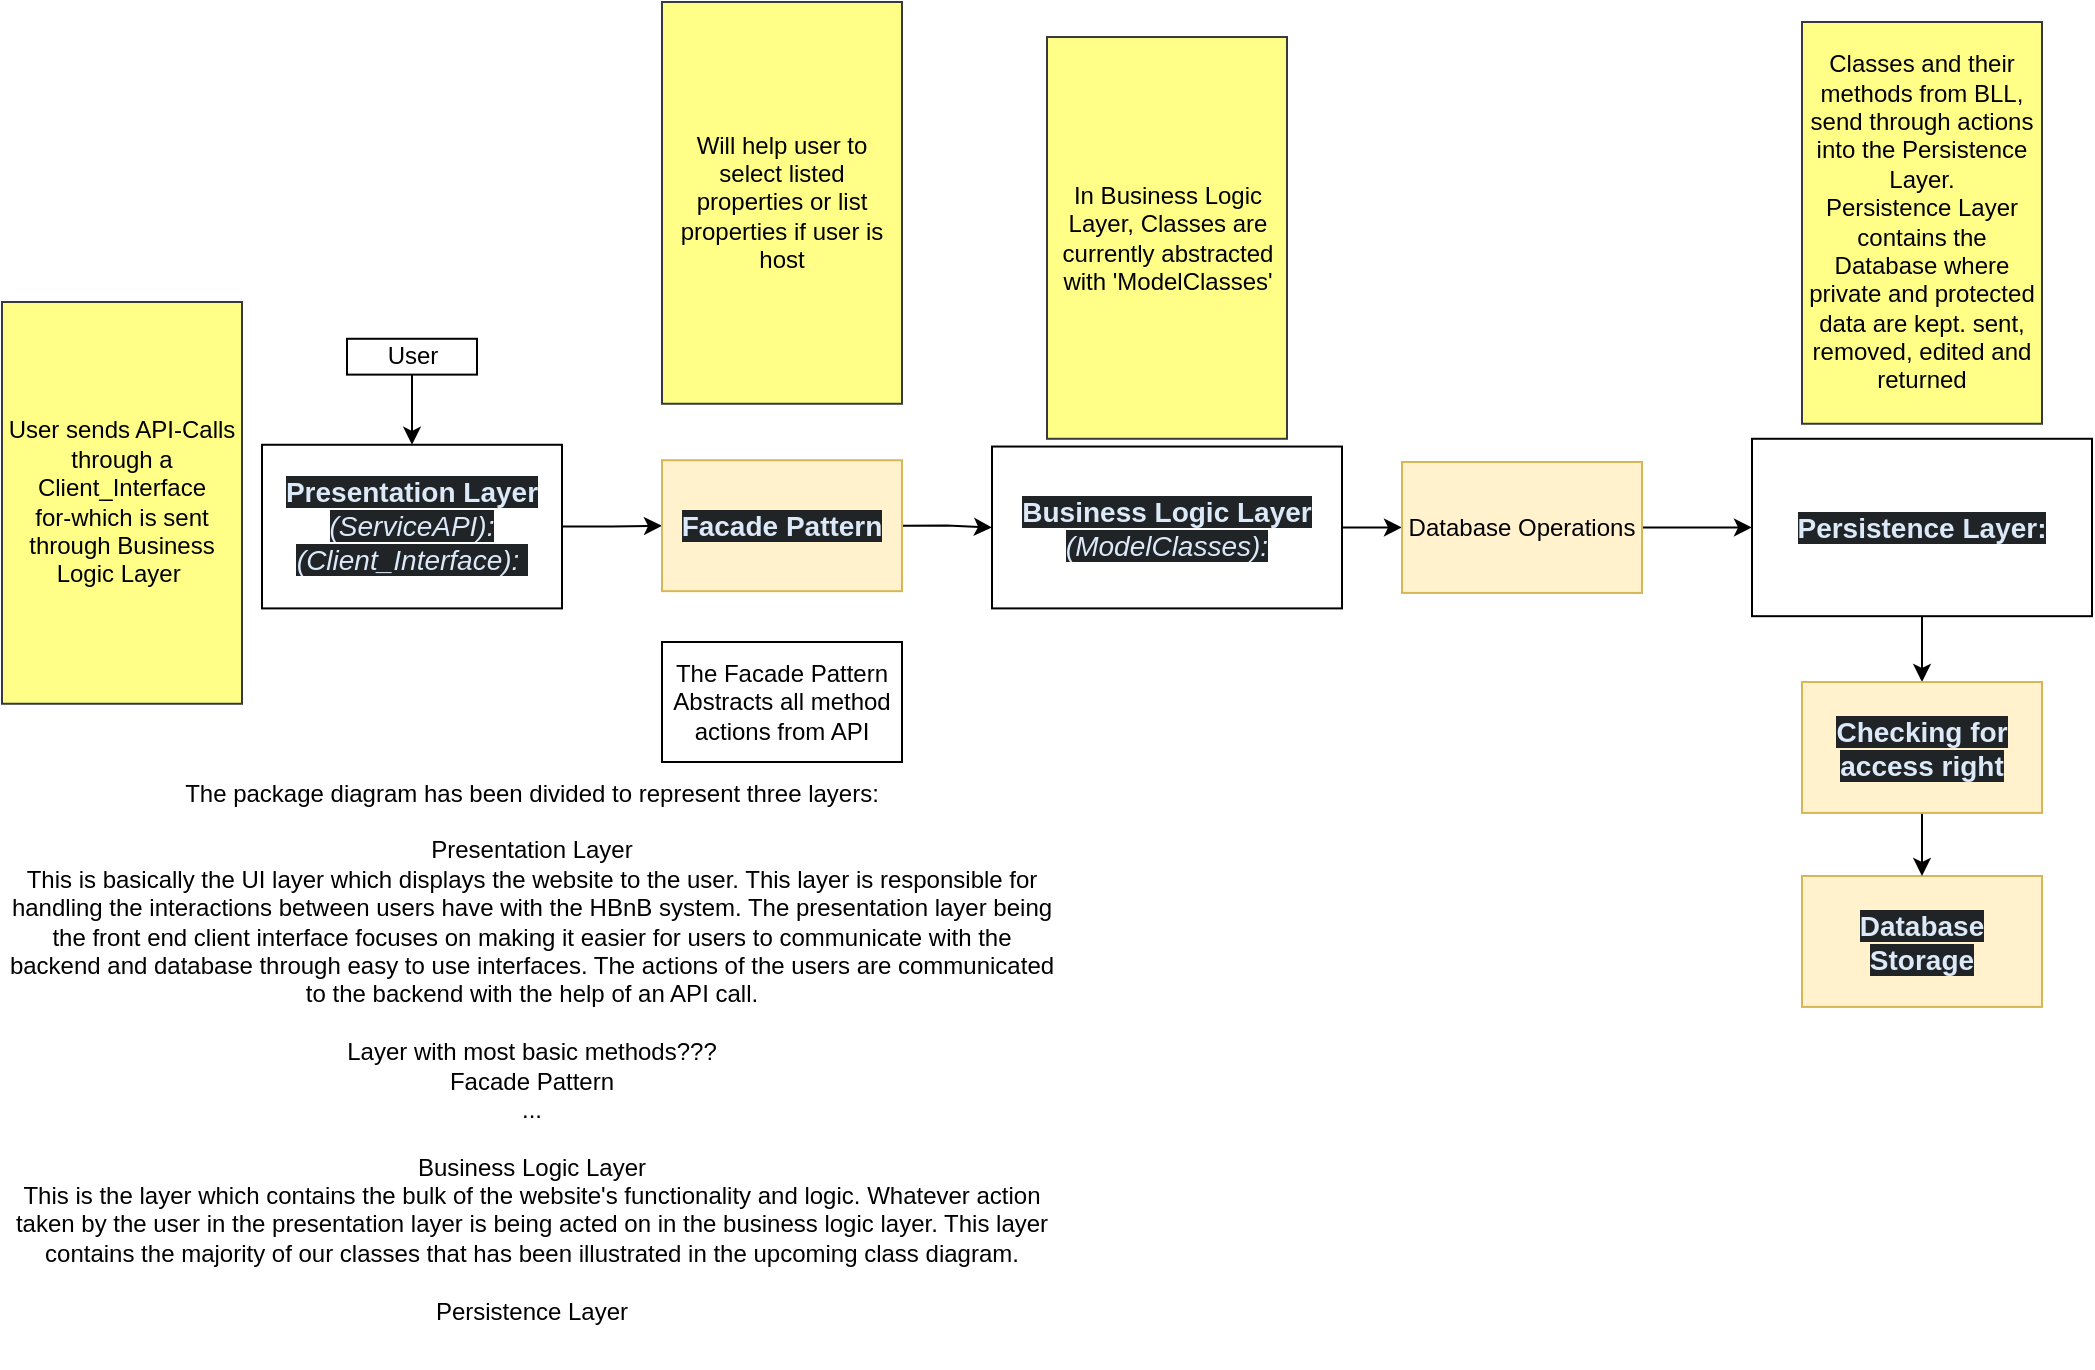
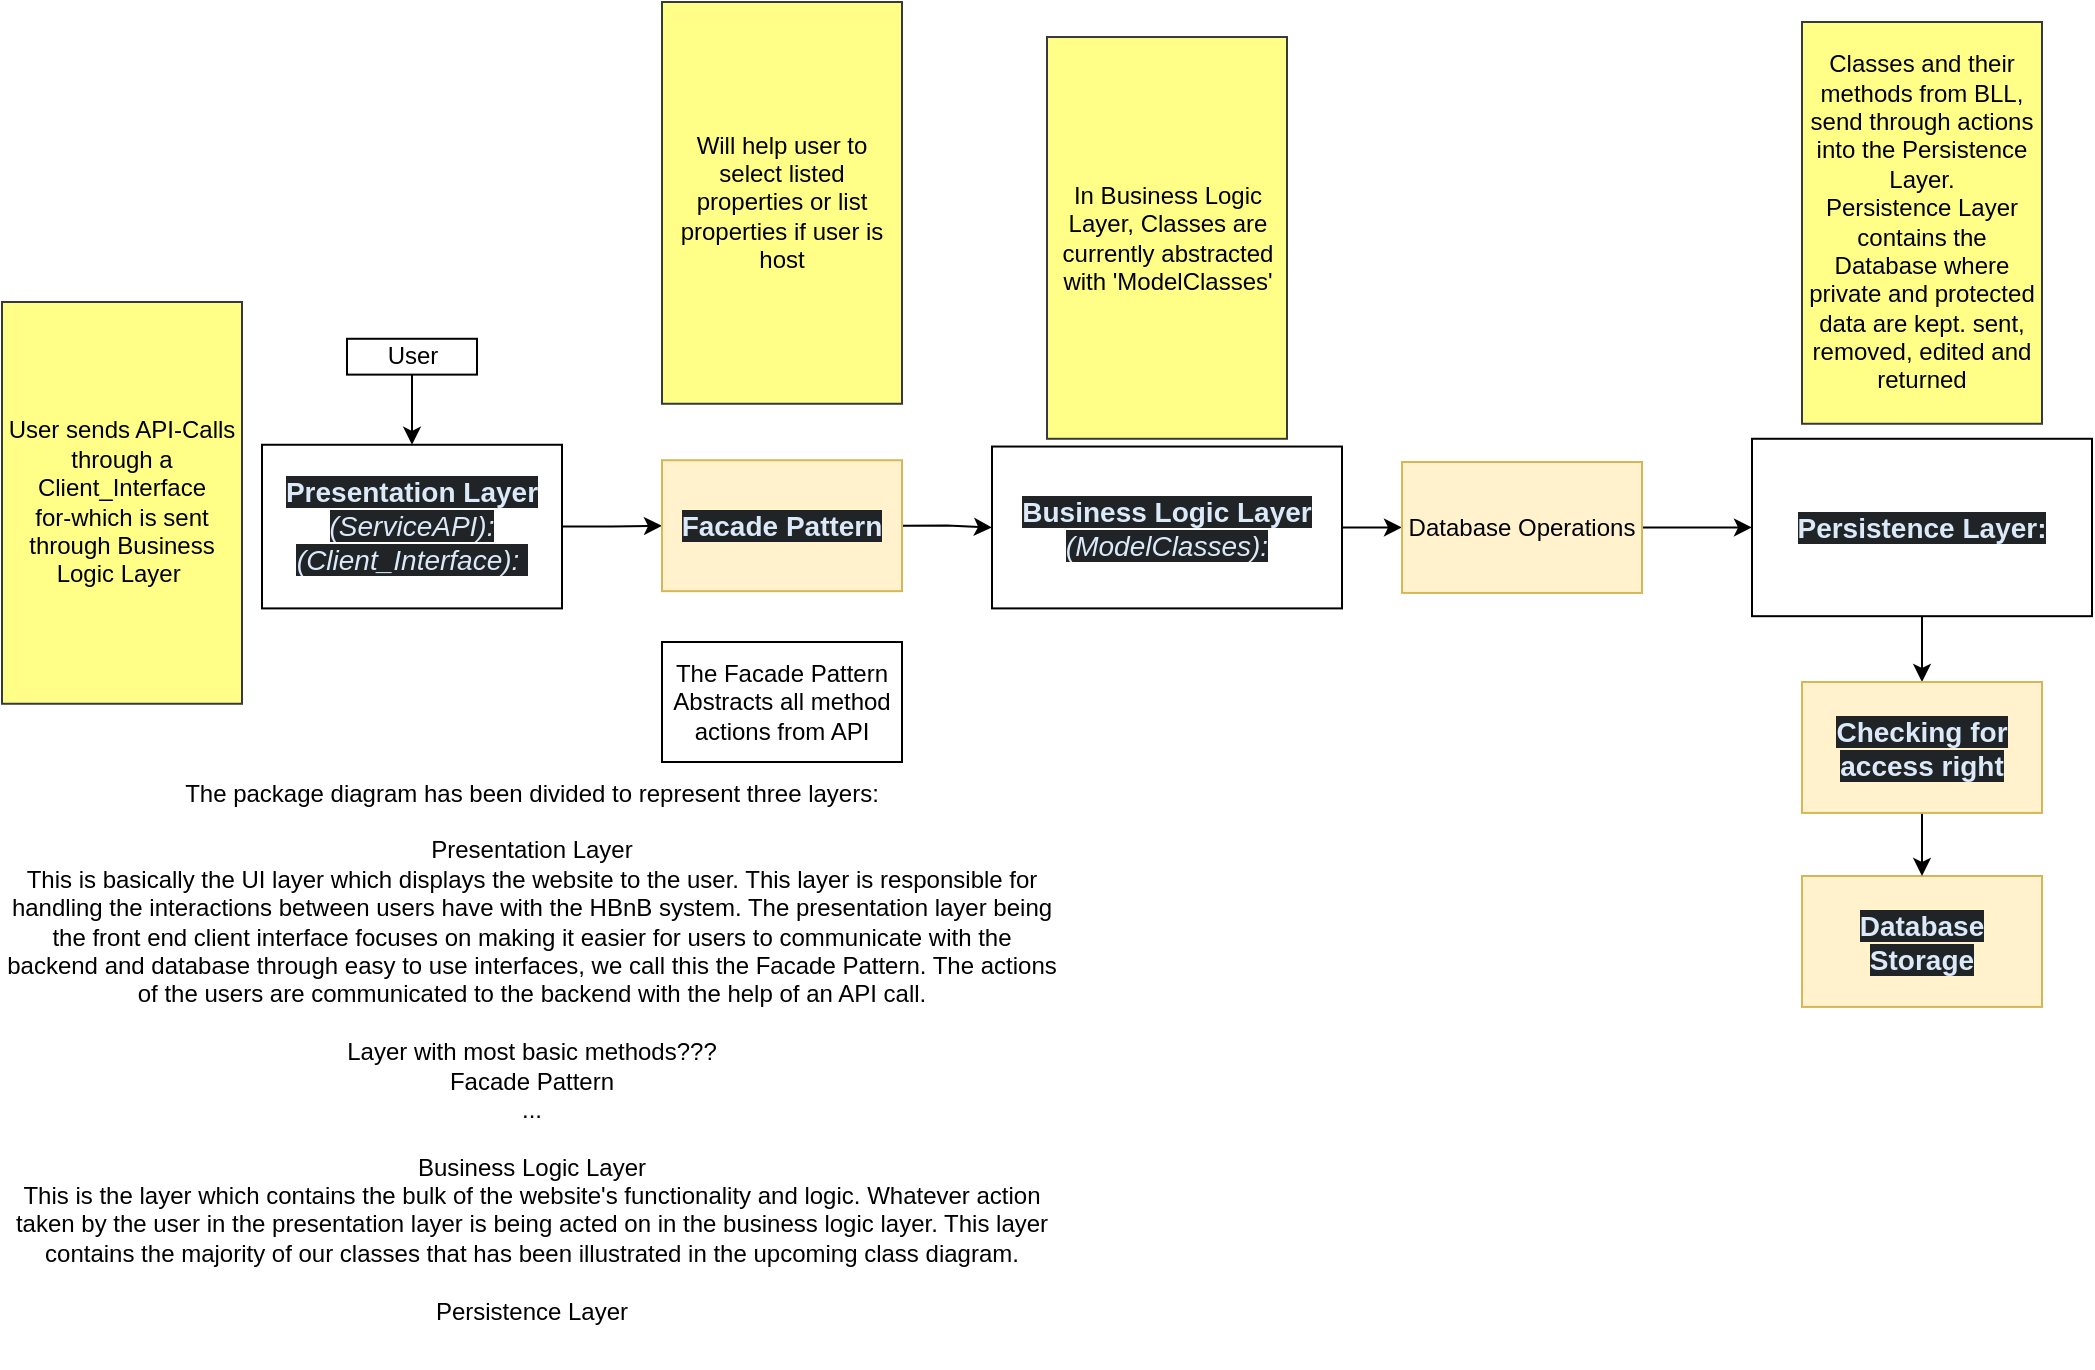
<mxfile host="app.diagrams.net">
  <diagram name="Page-1" id="2KrW7VEhyqmw7Nx4Ttr-">
-     <mxGraphModel dx="574" dy="692" grid="1" gridSize="10" guides="1" tooltips="1" connect="1" arrows="1" fold="1" page="1" pageScale="1" pageWidth="850" pageHeight="1100" math="0" shadow="0">
+     <mxGraphModel dx="1117" dy="626" grid="1" gridSize="10" guides="1" tooltips="1" connect="1" arrows="1" fold="1" page="1" pageScale="1" pageWidth="850" pageHeight="1100" math="0" shadow="0">
      <root>
        <mxCell id="0" />
        <mxCell id="1" parent="0" />
        <mxCell id="vZHe2jEZJALmbnLdjFB--106" edge="1" parent="1" source="vZHe2jEZJALmbnLdjFB--105" style="edgeStyle=orthogonalEdgeStyle;rounded=0;orthogonalLoop=1;jettySize=auto;html=1;entryX=0.5;entryY=0;entryDx=0;entryDy=0;exitX=0.5;exitY=1;exitDx=0;exitDy=0;" target="vZHe2jEZJALmbnLdjFB--6" value="">
          <mxGeometry relative="1" as="geometry">
            <mxPoint x="360" y="250" as="sourcePoint" />
          </mxGeometry>
        </mxCell>
        <mxCell id="vZHe2jEZJALmbnLdjFB--6" parent="1" style="rounded=0;whiteSpace=wrap;html=1;" value="&lt;strong style=&quot;box-sizing: border-box; font-weight: bold; scrollbar-color: rgb(95, 99, 104) rgb(49, 54, 60); color: rgb(220, 233, 249); font-family: aktiv-grotesk, sans-serif; font-size: 14px; text-align: start; background-color: rgb(32, 36, 38);&quot;&gt;Presentation Layer &lt;/strong&gt;&lt;span style=&quot;box-sizing: border-box; scrollbar-color: rgb(95, 99, 104) rgb(49, 54, 60); color: rgb(220, 233, 249); font-family: aktiv-grotesk, sans-serif; font-size: 14px; text-align: start; background-color: rgb(32, 36, 38);&quot;&gt;&lt;i&gt;(ServiceAPI):&lt;/i&gt;&lt;/span&gt;&lt;div&gt;&lt;span style=&quot;color: rgb(220, 233, 249); font-family: aktiv-grotesk, sans-serif; font-size: 14px; text-align: start; background-color: rgb(32, 36, 38);&quot;&gt;&lt;i&gt;(Client_Interface):&amp;nbsp;&lt;/i&gt;&lt;/span&gt;&lt;/div&gt;" vertex="1">
          <mxGeometry height="81.82" width="150" x="400" y="301.38" as="geometry" />
        </mxCell>
        <mxCell id="vZHe2jEZJALmbnLdjFB--8" edge="1" parent="1" source="vZHe2jEZJALmbnLdjFB--10" style="edgeStyle=orthogonalEdgeStyle;rounded=0;orthogonalLoop=1;jettySize=auto;html=1;exitX=1;exitY=0.5;exitDx=0;exitDy=0;entryX=0;entryY=0.5;entryDx=0;entryDy=0;" target="vZHe2jEZJALmbnLdjFB--39">
          <mxGeometry relative="1" as="geometry" />
        </mxCell>
        <mxCell id="vZHe2jEZJALmbnLdjFB--10" parent="1" style="rounded=0;whiteSpace=wrap;html=1;" value="&lt;span style=&quot;box-sizing: border-box; scrollbar-color: rgb(95, 99, 104) rgb(49, 54, 60); color: rgb(220, 233, 249); font-family: aktiv-grotesk, sans-serif; font-size: 14px; text-align: start; background-color: rgb(32, 36, 38);&quot;&gt;&lt;b&gt;Business Logic Layer &lt;/b&gt;&lt;i style=&quot;&quot;&gt;(ModelClasses):&lt;/i&gt;&lt;/span&gt;" vertex="1">
          <mxGeometry height="80.93" width="175" x="765" y="302.27" as="geometry" />
        </mxCell>
        <mxCell id="vZHe2jEZJALmbnLdjFB--11" edge="1" parent="1" source="vZHe2jEZJALmbnLdjFB--12" style="edgeStyle=orthogonalEdgeStyle;rounded=0;orthogonalLoop=1;jettySize=auto;html=1;exitX=0.5;exitY=1;exitDx=0;exitDy=0;entryX=0.5;entryY=0;entryDx=0;entryDy=0;" target="vZHe2jEZJALmbnLdjFB--102">
          <mxGeometry relative="1" as="geometry" />
        </mxCell>
        <mxCell id="vZHe2jEZJALmbnLdjFB--12" parent="1" style="rounded=0;whiteSpace=wrap;html=1;" value="&lt;strong style=&quot;box-sizing: border-box; font-weight: bold; scrollbar-color: rgb(95, 99, 104) rgb(49, 54, 60); color: rgb(220, 233, 249); font-family: aktiv-grotesk, sans-serif; font-size: 14px; text-align: start; background-color: rgb(32, 36, 38);&quot;&gt;Persistence Layer:&lt;/strong&gt;" vertex="1">
          <mxGeometry height="88.7" width="170" x="1145" y="298.39" as="geometry" />
        </mxCell>
        <mxCell id="vZHe2jEZJALmbnLdjFB--29" parent="1" style="rounded=0;whiteSpace=wrap;html=1;align=center;fillColor=#fff2cc;strokeColor=#d6b656;" value="&lt;div style=&quot;&quot;&gt;&lt;font color=&quot;#dce9f9&quot; face=&quot;aktiv-grotesk, sans-serif&quot;&gt;&lt;span style=&quot;font-size: 14px; background-color: rgb(32, 36, 38);&quot;&gt;&lt;b&gt;Database&lt;br&gt;Storage&lt;/b&gt;&lt;/span&gt;&lt;/font&gt;&lt;/div&gt;" vertex="1">
          <mxGeometry height="65.46" width="120" x="1170" y="517" as="geometry" />
        </mxCell>
        <mxCell id="vZHe2jEZJALmbnLdjFB--35" edge="1" parent="1" source="vZHe2jEZJALmbnLdjFB--37" style="edgeStyle=orthogonalEdgeStyle;rounded=0;orthogonalLoop=1;jettySize=auto;html=1;exitX=1;exitY=0.5;exitDx=0;exitDy=0;" target="vZHe2jEZJALmbnLdjFB--10">
          <mxGeometry relative="1" as="geometry">
            <mxPoint x="750" y="339.5700000000001" as="sourcePoint" />
          </mxGeometry>
        </mxCell>
        <mxCell id="vZHe2jEZJALmbnLdjFB--36" edge="1" parent="1" source="vZHe2jEZJALmbnLdjFB--6" style="edgeStyle=orthogonalEdgeStyle;rounded=0;orthogonalLoop=1;jettySize=auto;html=1;exitX=1;exitY=0.5;exitDx=0;exitDy=0;entryX=0;entryY=0.5;entryDx=0;entryDy=0;" target="vZHe2jEZJALmbnLdjFB--37">
          <mxGeometry relative="1" as="geometry">
            <mxPoint x="575" y="430" as="targetPoint" />
          </mxGeometry>
        </mxCell>
        <mxCell id="vZHe2jEZJALmbnLdjFB--37" parent="1" style="rounded=0;whiteSpace=wrap;html=1;align=center;fillColor=#fff2cc;strokeColor=#d6b656;" value="&lt;div style=&quot;&quot;&gt;&lt;font color=&quot;#dce9f9&quot; face=&quot;aktiv-grotesk, sans-serif&quot;&gt;&lt;span style=&quot;font-size: 14px; background-color: rgb(32, 36, 38);&quot;&gt;&lt;b&gt;Facade Pattern&lt;/b&gt;&lt;/span&gt;&lt;/font&gt;&lt;/div&gt;" vertex="1">
          <mxGeometry height="65.46" width="120" x="600" y="309.11999999999995" as="geometry" />
        </mxCell>
        <mxCell id="vZHe2jEZJALmbnLdjFB--38" edge="1" parent="1" source="vZHe2jEZJALmbnLdjFB--39" style="edgeStyle=orthogonalEdgeStyle;rounded=0;orthogonalLoop=1;jettySize=auto;html=1;exitX=1;exitY=0.5;exitDx=0;exitDy=0;entryX=0;entryY=0.5;entryDx=0;entryDy=0;" target="vZHe2jEZJALmbnLdjFB--12">
          <mxGeometry relative="1" as="geometry" />
        </mxCell>
        <mxCell id="vZHe2jEZJALmbnLdjFB--39" parent="1" style="rounded=0;whiteSpace=wrap;html=1;align=center;fillColor=#fff2cc;strokeColor=#d6b656;" value="Database Operations" vertex="1">
          <mxGeometry height="65.46" width="120" x="970" y="310.01" as="geometry" />
        </mxCell>
        <mxCell id="vZHe2jEZJALmbnLdjFB--101" edge="1" parent="1" source="vZHe2jEZJALmbnLdjFB--102" style="edgeStyle=orthogonalEdgeStyle;rounded=0;orthogonalLoop=1;jettySize=auto;html=1;exitX=0.5;exitY=1;exitDx=0;exitDy=0;entryX=0.5;entryY=0;entryDx=0;entryDy=0;" target="vZHe2jEZJALmbnLdjFB--29">
          <mxGeometry relative="1" as="geometry">
            <mxPoint x="1460" y="530" as="targetPoint" />
          </mxGeometry>
        </mxCell>
        <mxCell id="vZHe2jEZJALmbnLdjFB--102" parent="1" style="rounded=0;whiteSpace=wrap;html=1;align=center;fillColor=#fff2cc;strokeColor=#d6b656;" value="&lt;div style=&quot;&quot;&gt;&lt;font color=&quot;#dce9f9&quot; face=&quot;aktiv-grotesk, sans-serif&quot;&gt;&lt;span style=&quot;font-size: 14px; background-color: rgb(32, 36, 38);&quot;&gt;&lt;b&gt;Checking for access right&lt;/b&gt;&lt;/span&gt;&lt;/font&gt;&lt;/div&gt;" vertex="1">
          <mxGeometry height="65.46" width="120" x="1170" y="420" as="geometry" />
        </mxCell>
        <mxCell id="vZHe2jEZJALmbnLdjFB--105" parent="1" style="whiteSpace=wrap;html=1;rounded=0;" value="User" vertex="1">
          <mxGeometry height="17.92" width="65" x="442.5" y="248.39" as="geometry" />
        </mxCell>
        <mxCell id="WIsYPLuYnzwIEppj4hiX-1" parent="1" style="rounded=0;whiteSpace=wrap;html=1;fillColor=light-dark(#FFFF88,#FFFF63);strokeColor=#36393d;fontColor=light-dark(#000000,#000000);" value="User sends API-Calls through a Client_Interface&lt;br&gt;for-which is sent through Business Logic Layer&amp;nbsp;" vertex="1">
          <mxGeometry height="200.88" width="120" x="270" y="230" as="geometry" />
        </mxCell>
        <mxCell id="WIsYPLuYnzwIEppj4hiX-2" parent="1" style="rounded=0;whiteSpace=wrap;html=1;fillColor=light-dark(#FFFF88,#FFFF63);strokeColor=#36393d;fontColor=light-dark(#000000,#000000);" value="In Business Logic Layer, Classes are currently abstracted with &#39;ModelClasses&#39;" vertex="1">
          <mxGeometry height="200.88" width="120" x="792.5" y="97.51" as="geometry" />
        </mxCell>
        <mxCell id="WIsYPLuYnzwIEppj4hiX-3" parent="1" style="rounded=0;whiteSpace=wrap;html=1;fillColor=light-dark(#FFFF88,#FFFF63);strokeColor=#36393d;fontColor=light-dark(#000000,#000000);" value="Classes and their methods from BLL,&lt;br&gt;send through actions into the Persistence Layer.&lt;br&gt;Persistence Layer contains the Database where private and protected data are kept. sent, removed, edited and returned" vertex="1">
          <mxGeometry height="200.88" width="120" x="1170" y="90" as="geometry" />
        </mxCell>
        <mxCell id="WgZE8rlp9okLk8PS5iAP-1" parent="1" style="rounded=0;whiteSpace=wrap;html=1;fillColor=light-dark(#FFFF88,#FFFF63);strokeColor=#36393d;fontColor=light-dark(#000000,#000000);" value="Will help user to select listed properties or list properties if user is host" vertex="1">
          <mxGeometry height="200.88" width="120" x="600" y="80" as="geometry" />
        </mxCell>
        <mxCell id="jcnPVMmyGXToek09mdS7-1" parent="1" style="rounded=0;whiteSpace=wrap;html=1;" value="The Facade Pattern Abstracts all method actions from API" vertex="1">
          <mxGeometry height="60" width="120" x="600" y="400" as="geometry" />
        </mxCell>
-         <mxCell id="3AgvAKh3npFNZkdtQLno-1" parent="1" style="text;html=1;whiteSpace=wrap;strokeColor=none;fillColor=none;align=center;verticalAlign=middle;rounded=0;" value="The package diagram has been divided to represent three layers:&lt;br&gt;&lt;br&gt;Presentation Layer&lt;div&gt;This is basically the UI layer which displays the website to the user. This layer is responsible for handling the interactions between users have with the HBnB system. The presentation layer being the front end client interface focuses on making it easier for users to communicate with the backend and database through easy to use interfaces. The actions of the users are communicated to the backend with the help of an API cal&lt;span style=&quot;background-color: transparent; color: light-dark(rgb(0, 0, 0), rgb(255, 255, 255));&quot;&gt;l.&lt;/span&gt;&lt;/div&gt;&lt;div&gt;&lt;br&gt;&lt;/div&gt;&lt;div&gt;Layer with most basic methods???&lt;span style=&quot;background-color: transparent; color: light-dark(rgb(0, 0, 0), rgb(255, 255, 255));&quot;&gt;&lt;/span&gt;&lt;/div&gt;&lt;div&gt;&lt;span style=&quot;background-color: transparent; color: light-dark(rgb(0, 0, 0), rgb(255, 255, 255));&quot;&gt;Facade Pattern&lt;/span&gt;&lt;/div&gt;&lt;div&gt;&lt;span style=&quot;background-color: transparent; color: light-dark(rgb(0, 0, 0), rgb(255, 255, 255));&quot;&gt;...&lt;/span&gt;&lt;/div&gt;&lt;div&gt;&lt;br&gt;Business Logic Layer&lt;div&gt;This is the layer which contains the bulk of the website&#39;s functionality and logic. Whatever action taken by the user in the presentation layer is being acted on in the business logic layer. This layer contains the majority of our classes that has been illustrated in the upcoming class diagram.&lt;/div&gt;&lt;div&gt;&lt;br&gt;&lt;/div&gt;&lt;div&gt;Persistence Layer&lt;br&gt;&lt;div&gt;&lt;br&gt;&lt;/div&gt;&lt;/div&gt;&lt;/div&gt;" vertex="1">
+         <mxCell id="3AgvAKh3npFNZkdtQLno-1" parent="1" style="text;html=1;whiteSpace=wrap;strokeColor=none;fillColor=none;align=center;verticalAlign=middle;rounded=0;" value="The package diagram has been divided to represent three layers:&lt;br&gt;&lt;br&gt;Presentation Layer&lt;div&gt;This is basically the UI layer which displays the website to the user. This layer is responsible for handling the interactions between users have with the HBnB system. The presentation layer being the front end client interface focuses on making it easier for users to communicate with the backend and database through easy to use interfaces, we call this the Facade Pattern. The actions of the users are communicated to the backend with the help of an API cal&lt;span style=&quot;background-color: transparent; color: light-dark(rgb(0, 0, 0), rgb(255, 255, 255));&quot;&gt;l.&lt;/span&gt;&lt;/div&gt;&lt;div&gt;&lt;br&gt;&lt;/div&gt;&lt;div&gt;Layer with most basic methods???&lt;span style=&quot;background-color: transparent; color: light-dark(rgb(0, 0, 0), rgb(255, 255, 255));&quot;&gt;&lt;/span&gt;&lt;/div&gt;&lt;div&gt;&lt;span style=&quot;background-color: transparent; color: light-dark(rgb(0, 0, 0), rgb(255, 255, 255));&quot;&gt;Facade Pattern&lt;/span&gt;&lt;/div&gt;&lt;div&gt;&lt;span style=&quot;background-color: transparent; color: light-dark(rgb(0, 0, 0), rgb(255, 255, 255));&quot;&gt;...&lt;/span&gt;&lt;/div&gt;&lt;div&gt;&lt;br&gt;Business Logic Layer&lt;div&gt;This is the layer which contains the bulk of the website&#39;s functionality and logic. Whatever action taken by the user in the presentation layer is being acted on in the business logic layer. This layer contains the majority of our classes that has been illustrated in the upcoming class diagram.&lt;/div&gt;&lt;div&gt;&lt;br&gt;&lt;/div&gt;&lt;div&gt;Persistence Layer&lt;br&gt;&lt;div&gt;&lt;br&gt;&lt;/div&gt;&lt;/div&gt;&lt;/div&gt;" vertex="1">
          <mxGeometry height="303" width="530" x="270" y="460" as="geometry" />
        </mxCell>
      </root>
    </mxGraphModel>
  </diagram>
</mxfile>
